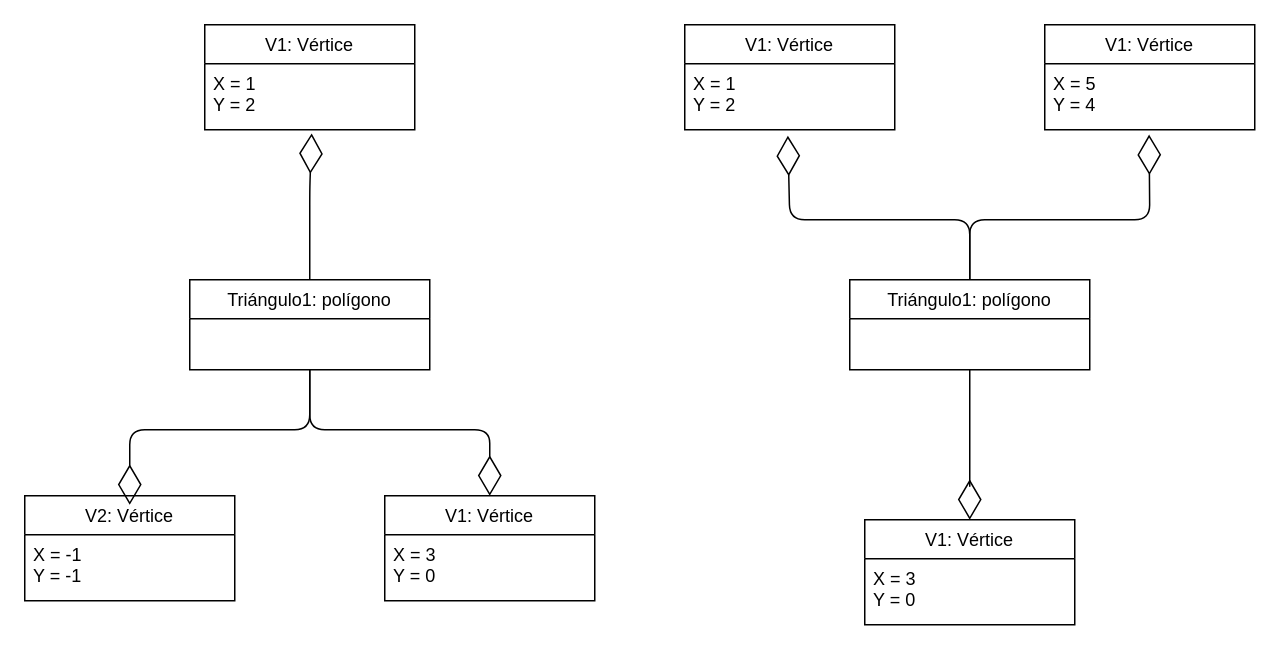
The draw.io diagram Ejercicio14.drawio in Enriquepardo/ejercicios-grupales-, before the edit. Source tidied: cells renumbered, new cells numbered last; positions are measured from the earlier drawing's top-left corner, leaving out a move shared by most shapes. Both pictures are drawn from the tidied source at 150%, with x=0, y=0 at pixel (24, 24).
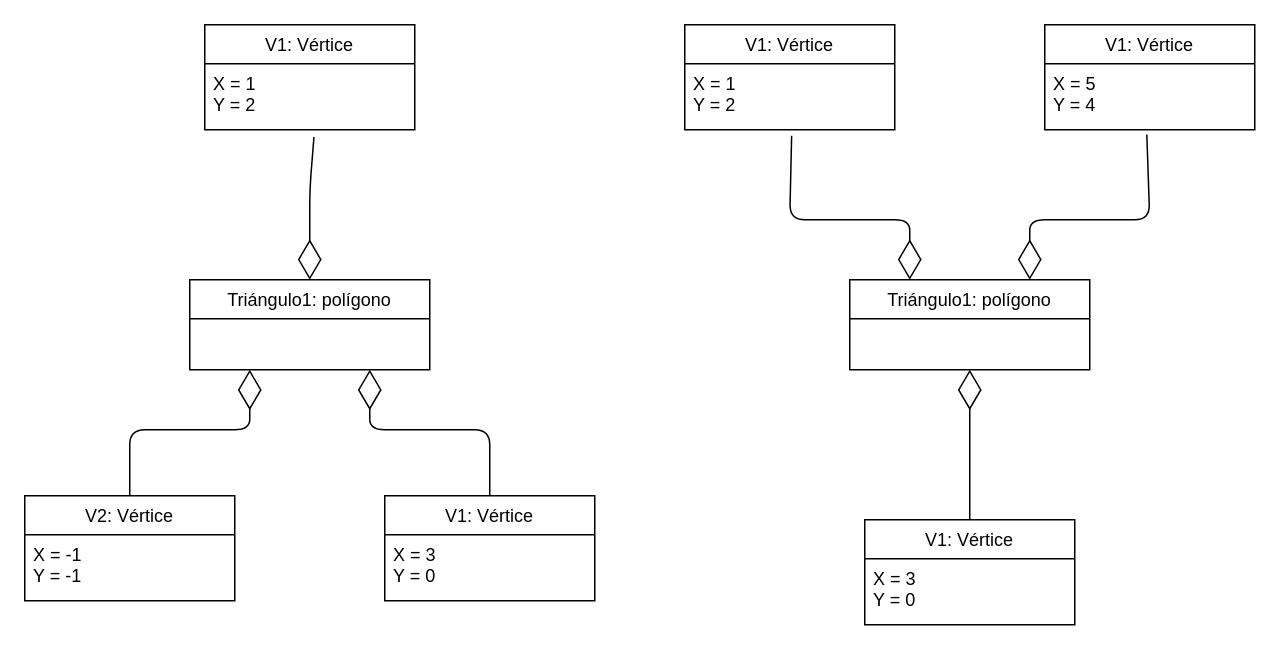
After the change.

The change refers to these unchanged cells:
```xml
<mxCell id="2" value="Triángulo1: polígono" style="swimlane;fontStyle=0;horizontal=1;startSize=26;fillColor=none;" parent="1" vertex="1">
  <mxGeometry x="110" y="170" width="160" height="60" as="geometry" />
</mxCell>
<mxCell id="3" value="Triángulo1: polígono" style="swimlane;fontStyle=0;horizontal=1;startSize=26;fillColor=none;" parent="1" vertex="1">
  <mxGeometry x="550" y="170" width="160" height="60" as="geometry" />
</mxCell>
<mxCell id="11" value="X = 1&#10;Y = 2" style="text;strokeColor=none;fillColor=none;align=left;verticalAlign=top;spacingLeft=4;spacingRight=4;overflow=hidden;points=[[0,0.5],[1,0.5]];portConstraint=eastwest;" parent="10" vertex="1">
  <mxGeometry y="26" width="140" height="44" as="geometry" />
</mxCell>
<mxCell id="12" value="V2: Vértice" style="swimlane;fontStyle=0;horizontal=1;startSize=26;fillColor=none;" parent="1" vertex="1">
  <mxGeometry y="314" width="140" height="70" as="geometry" />
</mxCell>
<mxCell id="14" value="V1: Vértice" style="swimlane;fontStyle=0;horizontal=1;startSize=26;fillColor=none;" parent="1" vertex="1">
  <mxGeometry x="240" y="314" width="140" height="70" as="geometry" />
</mxCell>
<mxCell id="17" value="X = 1&#10;Y = 2" style="text;strokeColor=none;fillColor=none;align=left;verticalAlign=top;spacingLeft=4;spacingRight=4;overflow=hidden;points=[[0,0.5],[1,0.5]];portConstraint=eastwest;" parent="16" vertex="1">
  <mxGeometry y="26" width="140" height="44" as="geometry" />
</mxCell>
<mxCell id="18" value="V1: Vértice" style="swimlane;fontStyle=0;horizontal=1;startSize=26;fillColor=none;" parent="1" vertex="1">
  <mxGeometry x="560" y="330" width="140" height="70" as="geometry" />
</mxCell>
<mxCell id="21" value="X = 5&#10;Y = 4" style="text;strokeColor=none;fillColor=none;align=left;verticalAlign=top;spacingLeft=4;spacingRight=4;overflow=hidden;points=[[0,0.5],[1,0.5]];portConstraint=eastwest;" parent="20" vertex="1">
  <mxGeometry y="26" width="140" height="44" as="geometry" />
</mxCell>
```

Change to the diagram source:
```diff
@@
-    <mxCell id="4" style="endArrow=diamondThin;endFill=0;endSize=24;html=1;exitX=0.5;exitY=0;exitDx=0;exitDy=0;entryX=0.509;entryY=1.055;entryDx=0;entryDy=0;entryPerimeter=0;" parent="1" edge="1" source="2" target="11">
+    <mxCell id="4" style="endArrow=diamondThin;endFill=0;endSize=24;html=1;entryX=0.5;entryY=0;entryDx=0;entryDy=0;exitX=0.52;exitY=1.109;exitDx=0;exitDy=0;exitPerimeter=0;" parent="1" edge="1" source="11" target="2">
       <mxGeometry relative="1" as="geometry">
         <Array as="points">
           <mxPoint x="190" y="110" />
         </Array>
       </mxGeometry>
     </mxCell>
-    <mxCell id="5" style="endArrow=diamondThin;endFill=0;endSize=24;html=1;exitX=0.5;exitY=0;exitDx=0;exitDy=0;entryX=0.491;entryY=1.091;entryDx=0;entryDy=0;entryPerimeter=0;" parent="1" edge="1" source="3" target="17">
+    <mxCell id="5" style="endArrow=diamondThin;endFill=0;endSize=24;html=1;exitX=0.509;exitY=1.091;exitDx=0;exitDy=0;exitPerimeter=0;entryX=0.25;entryY=0;entryDx=0;entryDy=0;" parent="1" edge="1" source="17" target="3">
       <mxGeometry relative="1" as="geometry">
         <Array as="points">
-          <mxPoint x="630" y="130" />
           <mxPoint x="510" y="130" />
+          <mxPoint x="590" y="130" />
         </Array>
       </mxGeometry>
     </mxCell>
-    <mxCell id="6" style="endArrow=diamondThin;endFill=0;endSize=24;html=1;exitX=0.5;exitY=1;exitDx=0;exitDy=0;entryX=0.5;entryY=0;entryDx=0;entryDy=0;" parent="1" edge="1" source="2" target="14">
+    <mxCell id="6" style="endArrow=diamondThin;endFill=0;endSize=24;html=1;exitX=0.5;exitY=0;exitDx=0;exitDy=0;entryX=0.75;entryY=1;entryDx=0;entryDy=0;" parent="1" edge="1" source="14" target="2">
       <mxGeometry relative="1" as="geometry">
         <Array as="points">
-          <mxPoint x="190" y="270" />
           <mxPoint x="310" y="270" />
+          <mxPoint x="230" y="270" />
         </Array>
       </mxGeometry>
     </mxCell>
-    <mxCell id="7" style="endArrow=diamondThin;endFill=0;endSize=24;html=1;exitX=0.5;exitY=1;exitDx=0;exitDy=0;entryX=0.5;entryY=0;entryDx=0;entryDy=0;" parent="1" edge="1" target="18">
+    <mxCell id="7" style="endArrow=diamondThin;endFill=0;endSize=24;html=1;exitX=0.5;exitY=0;exitDx=0;exitDy=0;entryX=0.5;entryY=1;entryDx=0;entryDy=0;" parent="1" edge="1" source="18" target="3">
       <mxGeometry relative="1" as="geometry">
-        <mxPoint x="630" y="230" as="sourcePoint" />
         <Array as="points">
           <mxPoint x="630" y="270" />
           <mxPoint x="630" y="310" />
         </Array>
       </mxGeometry>
     </mxCell>
-    <mxCell id="8" style="endArrow=diamondThin;endFill=0;endSize=24;html=1;exitX=0.5;exitY=1;exitDx=0;exitDy=0;entryX=0.5;entryY=0.086;entryDx=0;entryDy=0;entryPerimeter=0;" parent="1" edge="1" target="12">
+    <mxCell id="8" style="endArrow=diamondThin;endFill=0;endSize=24;html=1;exitX=0.5;exitY=0;exitDx=0;exitDy=0;entryX=0.25;entryY=1;entryDx=0;entryDy=0;" parent="1" edge="1" source="12" target="2">
       <mxGeometry relative="1" as="geometry">
-        <mxPoint x="190" y="230" as="sourcePoint" />
         <Array as="points">
-          <mxPoint x="190" y="270" />
           <mxPoint x="70" y="270" />
+          <mxPoint x="150" y="270" />
         </Array>
       </mxGeometry>
     </mxCell>
-    <mxCell id="9" style="endArrow=diamondThin;endFill=0;endSize=24;html=1;exitX=0.5;exitY=0;exitDx=0;exitDy=0;entryX=0.497;entryY=1.073;entryDx=0;entryDy=0;entryPerimeter=0;" parent="1" edge="1" target="21">
+    <mxCell id="9" style="endArrow=diamondThin;endFill=0;endSize=24;html=1;entryX=0.75;entryY=0;entryDx=0;entryDy=0;exitX=0.486;exitY=1.073;exitDx=0;exitDy=0;exitPerimeter=0;" parent="1" edge="1" source="21" target="3">
       <mxGeometry relative="1" as="geometry">
-        <mxPoint x="630" y="170" as="sourcePoint" />
         <Array as="points">
-          <mxPoint x="630" y="130" />
           <mxPoint x="750" y="130" />
+          <mxPoint x="670" y="130" />
         </Array>
       </mxGeometry>
     </mxCell>
```
